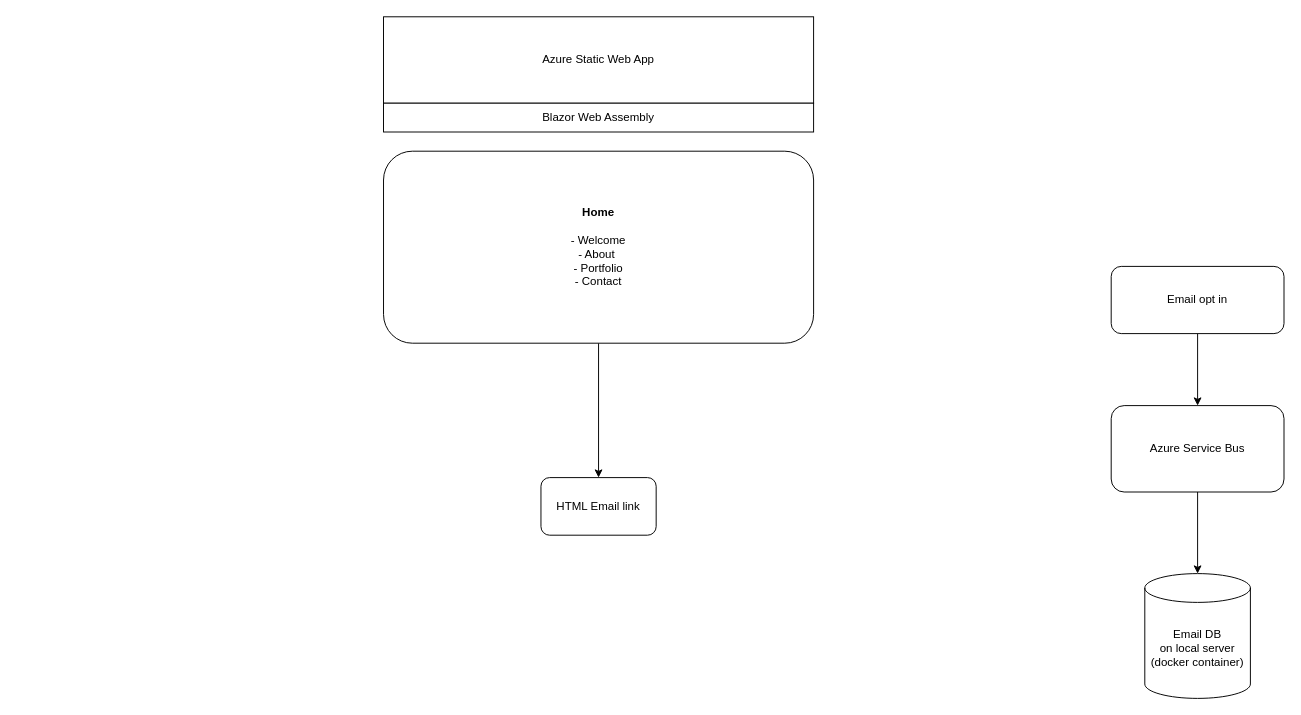
Earlier version of the draw.io diagram Stark Recordings Planning.drawio (levistark/starkrecordings). Source tidied: cells renumbered, new cells numbered last; positions are measured from the earlier drawing's top-left corner, leaving out a move shared by most shapes. Both pictures are drawn from the tidied source at 96%, with x=0, y=0 at pixel (383, 16).
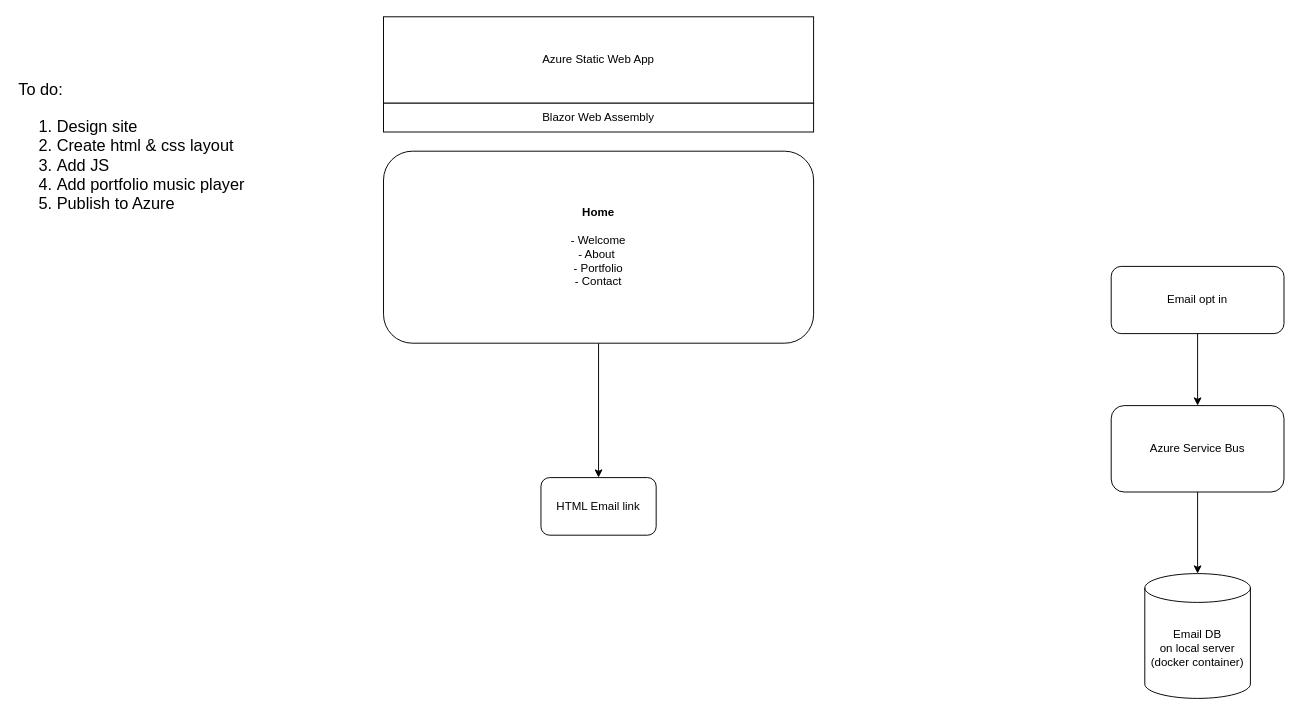
The same page after the edit.

Diff of the diagram source:
```diff
@@
 <mxGraphModel>
   <root>
     <mxCell id="0" />
     <mxCell id="1" parent="0" />
     <mxCell id="2" value="Email DB&lt;br&gt;on local server (docker container)" style="shape=cylinder3;whiteSpace=wrap;html=1;boundedLbl=1;backgroundOutline=1;size=15;" parent="1" vertex="1">
       <mxGeometry x="793" y="580" width="110" height="130" as="geometry" />
     </mxCell>
     <mxCell id="3" value="Azure Static Web App" style="rounded=0;whiteSpace=wrap;html=1;" parent="1" vertex="1">
       <mxGeometry width="448" height="90" as="geometry" />
     </mxCell>
     <mxCell id="4" style="edgeStyle=orthogonalEdgeStyle;rounded=0;jettySize=auto;html=1;" parent="1" edge="1" source="5" target="2">
       <mxGeometry relative="1" as="geometry" />
     </mxCell>
     <mxCell id="5" value="Azure Service Bus" style="rounded=1;whiteSpace=wrap;html=1;" parent="1" vertex="1">
       <mxGeometry x="758" y="405" width="180" height="90" as="geometry" />
     </mxCell>
     <mxCell id="6" style="edgeStyle=orthogonalEdgeStyle;rounded=0;jettySize=auto;html=1;exitX=0.5;exitY=1;exitDx=0;exitDy=0;" parent="1" edge="1" source="10" target="5">
       <mxGeometry relative="1" as="geometry" />
     </mxCell>
     <mxCell id="7" value="Blazor Web Assembly" style="rounded=0;whiteSpace=wrap;html=1;" parent="1" vertex="1">
       <mxGeometry y="90" width="448" height="30" as="geometry" />
     </mxCell>
     <mxCell id="8" style="edgeStyle=orthogonalEdgeStyle;rounded=0;jettySize=auto;html=1;" parent="1" edge="1" source="9" target="11">
       <mxGeometry relative="1" as="geometry" />
     </mxCell>
     <mxCell id="9" value="&lt;b&gt;Home&lt;br&gt;&lt;/b&gt;&lt;span style=&quot;background-color: initial;&quot;&gt;&lt;br&gt;- Welcome&lt;br&gt;&lt;/span&gt;- About&lt;span style=&quot;background-color: initial;&quot;&gt;&amp;nbsp;&lt;br&gt;- Portfolio&lt;br&gt;&lt;/span&gt;- Contact" style="rounded=1;whiteSpace=wrap;html=1;align=center;" parent="1" vertex="1">
       <mxGeometry y="140" width="448" height="200" as="geometry" />
     </mxCell>
     <mxCell id="10" value="Email opt in" style="rounded=1;whiteSpace=wrap;html=1;" parent="1" vertex="1">
       <mxGeometry x="758" y="260" width="180" height="70" as="geometry" />
     </mxCell>
     <mxCell id="11" value="HTML Email link" style="whiteSpace=wrap;html=1;rounded=1;" parent="1" vertex="1">
       <mxGeometry x="164" y="480" width="120" height="60" as="geometry" />
     </mxCell>
+    <mxCell id="12" value="&lt;font style=&quot;font-size: 17px;&quot;&gt;To do:&lt;br&gt;&lt;/font&gt;&lt;ol style=&quot;font-size: 17px;&quot;&gt;&lt;li style=&quot;&quot;&gt;&lt;font style=&quot;font-size: 17px;&quot;&gt;Design site&lt;/font&gt;&lt;/li&gt;&lt;li style=&quot;&quot;&gt;&lt;font style=&quot;font-size: 17px;&quot;&gt;Create html &amp;amp; css layout&lt;/font&gt;&lt;/li&gt;&lt;li style=&quot;&quot;&gt;&lt;font style=&quot;font-size: 17px;&quot;&gt;Add JS&lt;/font&gt;&lt;/li&gt;&lt;li style=&quot;&quot;&gt;&lt;font style=&quot;font-size: 17px;&quot;&gt;Add portfolio music player&lt;/font&gt;&lt;/li&gt;&lt;li style=&quot;&quot;&gt;&lt;font style=&quot;font-size: 17px;&quot;&gt;Publish to Azure&lt;/font&gt;&lt;/li&gt;&lt;/ol&gt;" style="text;html=1;align=left;verticalAlign=middle;strokeColor=none;fillColor=none;" parent="1" vertex="1">
+      <mxGeometry x="-382" y="60" width="260" height="170" as="geometry" />
+    </mxCell>
   </root>
 </mxGraphModel>
```
